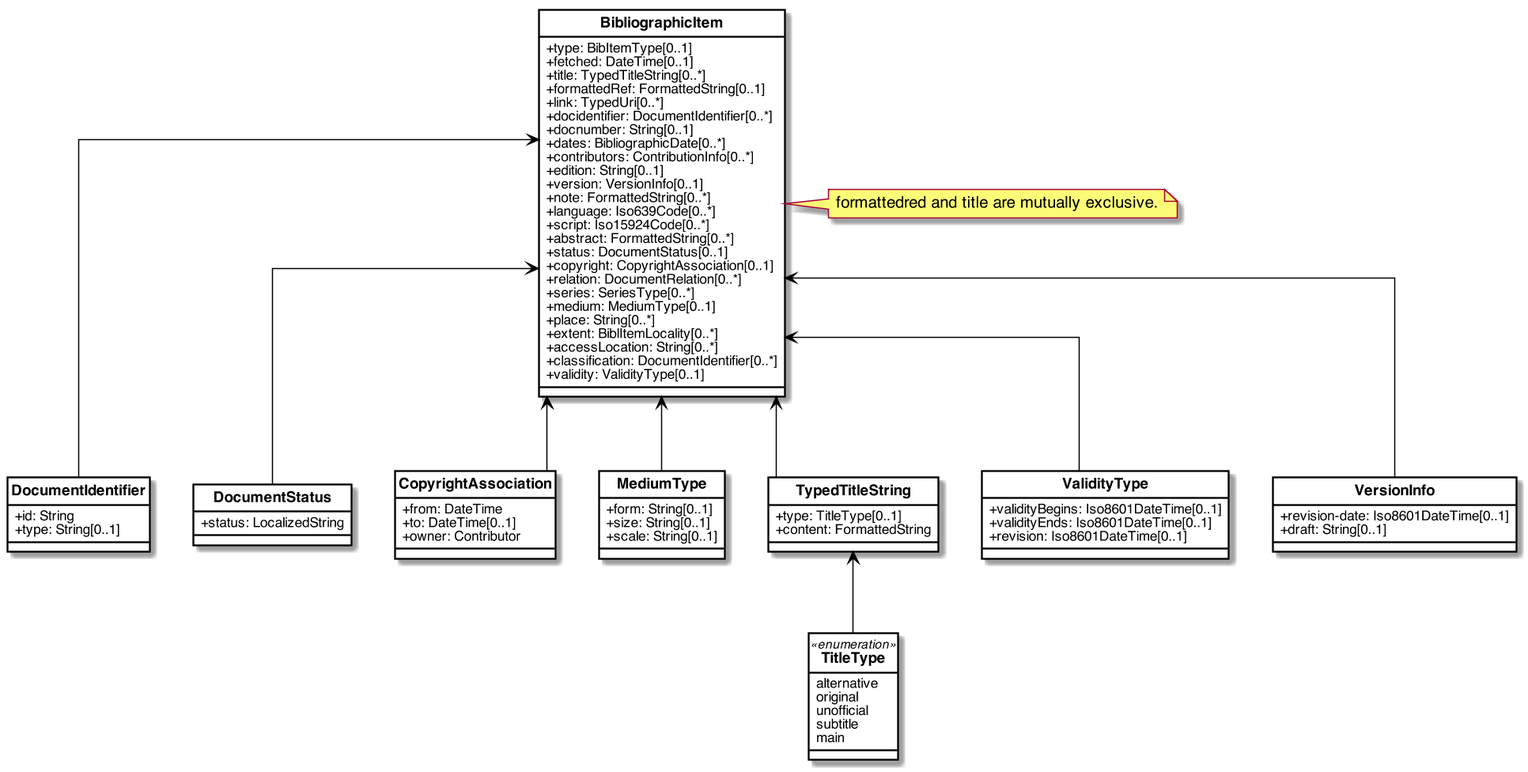
Above: images/RelBib_BibliographicItem.png in relaton/relaton-models (PlantUML), before the change.
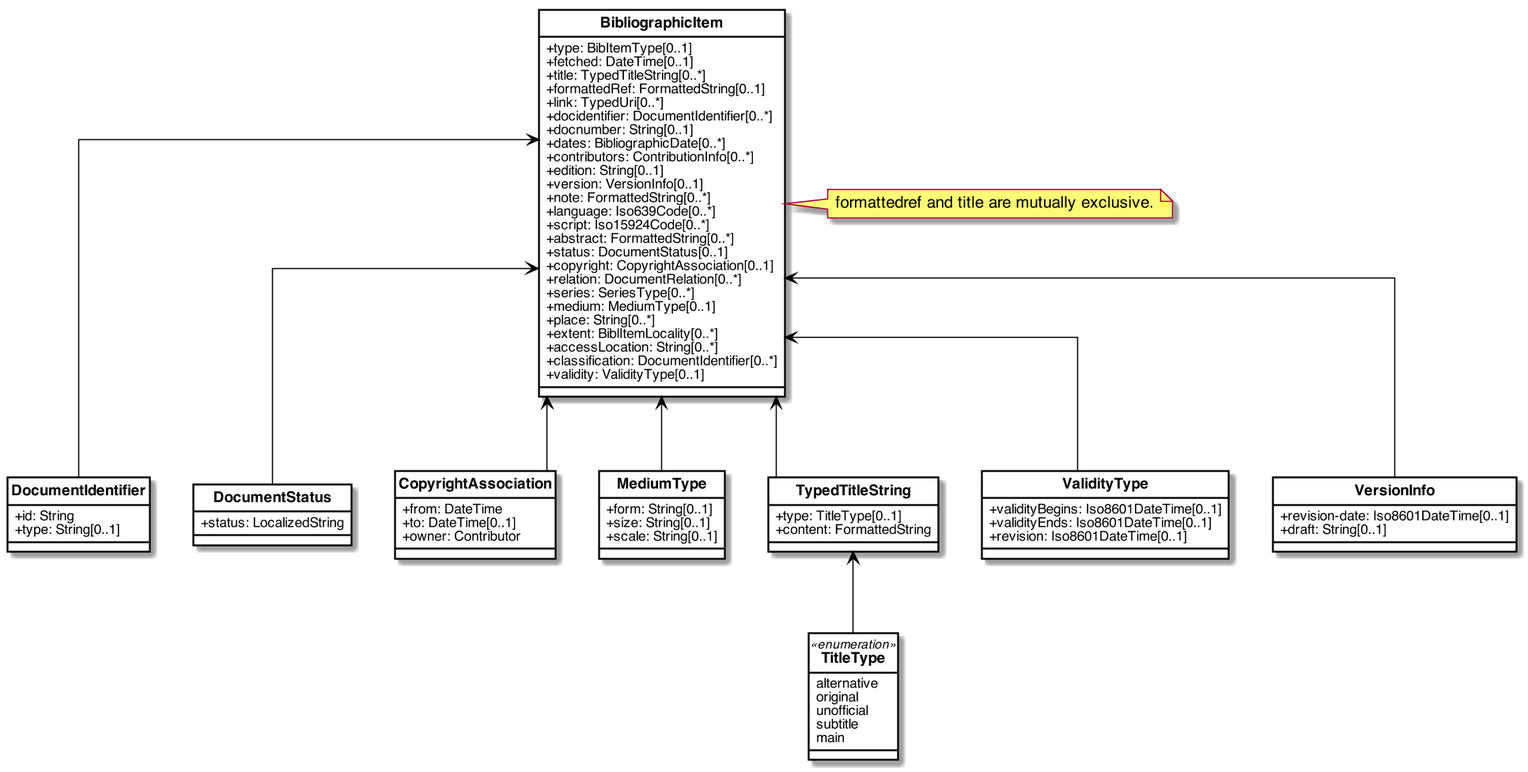
Later version of the same file.

Diff of the diagram source:
```diff
@@ -114,7 +114,7 @@
     +draft: String[0..1]
 }
 
-note right of BibliographicItem: formattedred and title are mutually exclusive.
+note right of BibliographicItem: formattedref and title are mutually exclusive.
 
 
 BibliographicItem <-- DocumentIdentifier
```
